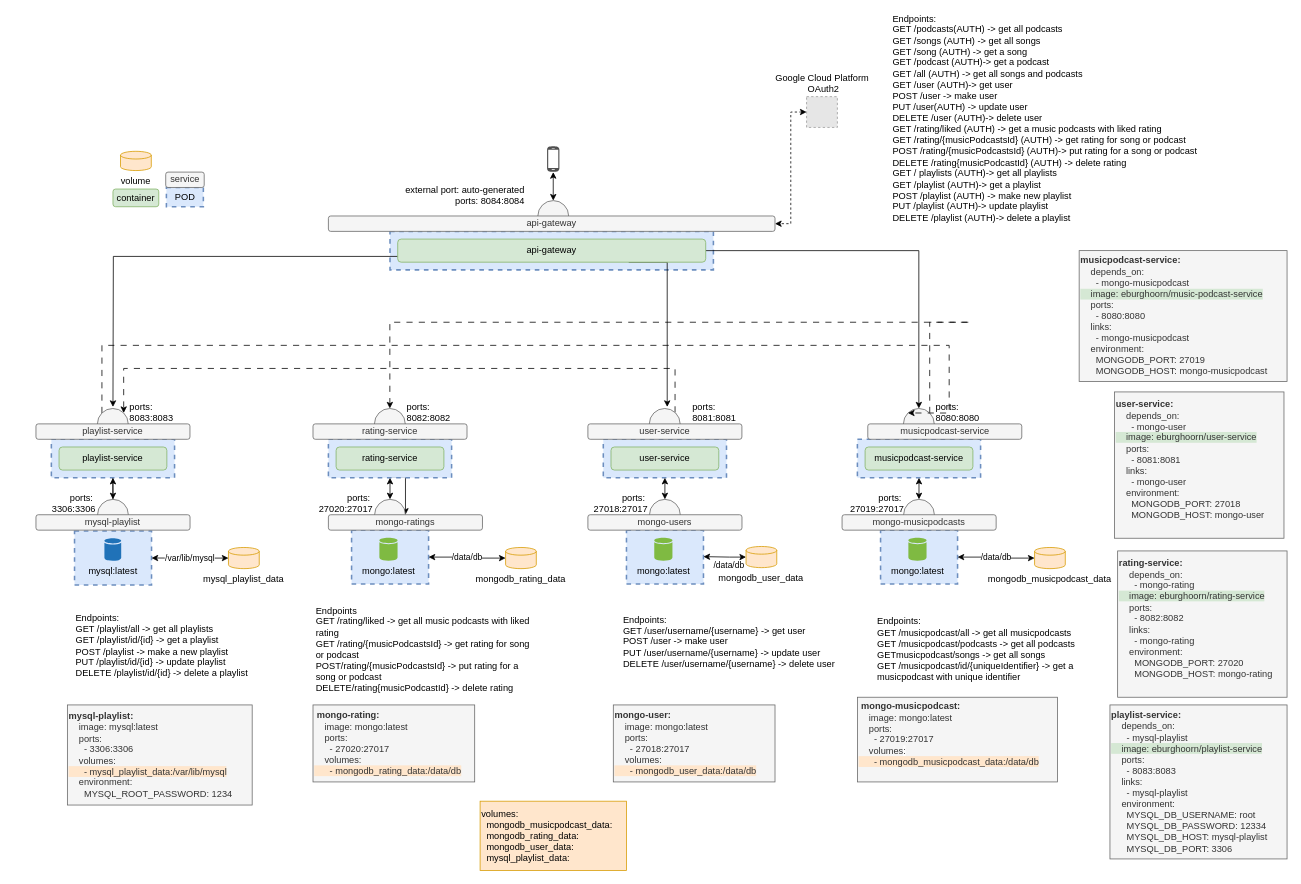
This is muziekservice.drawio from EvaBurghoorn/ProjectEDE_muziekservice, a draw.io file, before an edit. Source tidied: cells renumbered, new cells numbered last; positions are measured from the earlier drawing's top-left corner, leaving out a move shared by most shapes. Both pictures are drawn from the tidied source at 77%, with x=0, y=0 at pixel (13, 29). Pictures stored in the file or linked from it are replaced by grey dashed boxes.
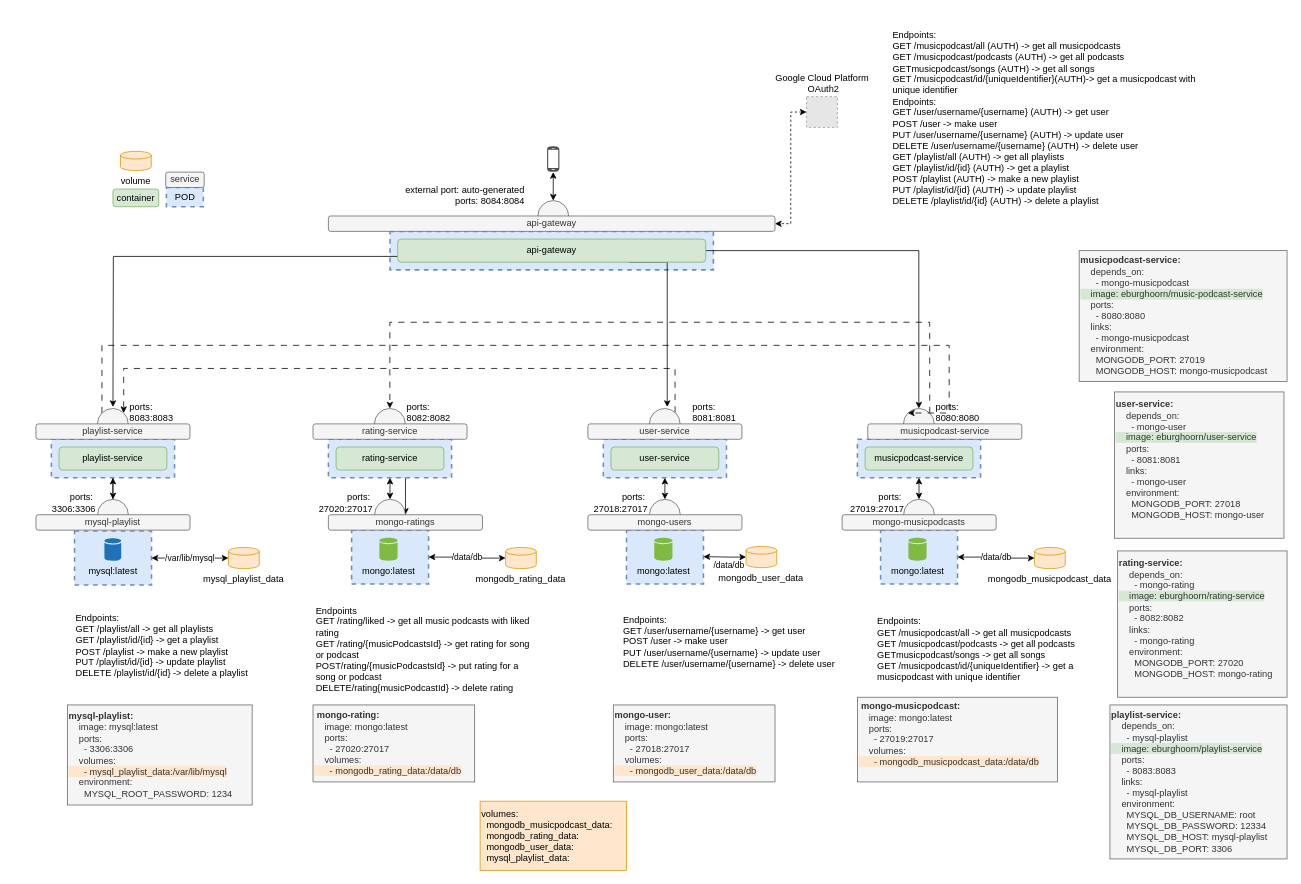
The same page after the edit.

The change refers to these unchanged cells:
```xml
<mxCell id="4" style="ellipse;whiteSpace=wrap;html=1;strokeWidth=1;fillColor=#f5f5f5;strokeColor=#666666;fontColor=#333333;" parent="1" vertex="1">
  <mxGeometry x="1155.8" y="492" width="40" height="40" as="geometry" />
</mxCell>
<mxCell id="29" style="ellipse;whiteSpace=wrap;html=1;strokeWidth=1;fillColor=#f5f5f5;strokeColor=#666666;fontColor=#333333;" parent="1" vertex="1">
  <mxGeometry x="468.8" y="492" width="40" height="40" as="geometry" />
</mxCell>
```

Diff of the diagram source:
```diff
@@
     <mxCell id="3" style="edgeStyle=orthogonalEdgeStyle;rounded=0;jettySize=auto;html=1;exitX=1;exitY=0;exitDx=0;exitDy=0;entryX=0.5;entryY=0;entryDx=0;entryDy=0;dashed=1;dashPattern=8 8;" parent="1" edge="1" source="4" target="29">
       <mxGeometry relative="1" as="geometry">
         <Array as="points">
-          <mxPoint x="1243.2" y="380" />
-          <mxPoint x="519.2" y="380" />
+          <mxPoint x="1190" y="380" />
+          <mxPoint x="489" y="380" />
         </Array>
       </mxGeometry>
     </mxCell>
@@
-    <mxCell id="72" value="Endpoints:&lt;br&gt;GET /podcasts(AUTH) -&amp;gt; get all podcasts&lt;br style=&quot;border-color: var(--border-color);&quot;&gt;GET /songs (AUTH)&amp;nbsp;-&amp;gt; get all songs&lt;br style=&quot;border-color: var(--border-color);&quot;&gt;GET /song (AUTH)&amp;nbsp;-&amp;gt; get a song&lt;br style=&quot;border-color: var(--border-color);&quot;&gt;GET /podcast (AUTH)-&amp;gt; get a podcast&lt;br style=&quot;border-color: var(--border-color);&quot;&gt;GET /all (AUTH)&amp;nbsp;-&amp;gt; get all songs and podcasts&lt;br&gt;GET /user (AUTH)-&amp;gt; get user&lt;br style=&quot;border-color: var(--border-color);&quot;&gt;POST /user -&amp;gt; make user&lt;br style=&quot;border-color: var(--border-color);&quot;&gt;PUT /user(AUTH) -&amp;gt; update user&lt;br style=&quot;border-color: var(--border-color);&quot;&gt;DELETE /user (AUTH)-&amp;gt; delete user&lt;br&gt;GET /rating/liked (AUTH) -&amp;gt; get a music podcasts with liked rating&lt;br style=&quot;border-color: var(--border-color);&quot;&gt;GET /rating/{musicPodcastsId} (AUTH) -&amp;gt; get rating for song or podcast&lt;br style=&quot;border-color: var(--border-color);&quot;&gt;POST /rating/{musicPodcastsId} (AUTH)-&amp;gt; put rating for a song or podcast&lt;br style=&quot;border-color: var(--border-color);&quot;&gt;DELETE /rating{musicPodcastId} (AUTH)&amp;nbsp;-&amp;gt; delete rating&lt;br style=&quot;border-color: var(--border-color);&quot;&gt;GET / playlists (AUTH)-&amp;gt; get all playlists&lt;br style=&quot;border-color: var(--border-color);&quot;&gt;GET /playlist (AUTH)-&amp;gt; get a playlist&lt;br style=&quot;border-color: var(--border-color);&quot;&gt;POST /playlist (AUTH)&amp;nbsp;-&amp;gt; make new playlist&lt;br style=&quot;border-color: var(--border-color);&quot;&gt;PUT /playlist (AUTH)-&amp;gt; update playlist&lt;br style=&quot;border-color: var(--border-color);&quot;&gt;DELETE /playlist (AUTH)-&amp;gt; delete a playlist" style="text;html=1;strokeColor=none;fillColor=none;align=left;verticalAlign=middle;whiteSpace=wrap;rounded=0;" parent="1" vertex="1">
+    <mxCell id="72" value="Endpoints:&lt;br&gt;GET /musicpodcast/all (AUTH) -&amp;gt; get all musicpodcasts&lt;br style=&quot;border-color: var(--border-color);&quot;&gt;GET /musicpodcast/podcasts (AUTH)&amp;nbsp;-&amp;gt; get all podcasts&lt;br style=&quot;border-color: var(--border-color);&quot;&gt;GETmusicpodcast/songs (AUTH) -&amp;gt; get all songs&lt;br style=&quot;border-color: var(--border-color);&quot;&gt;GET /musicpodcast/id/{uniqueIdentifier}(AUTH)-&amp;gt; get a musicpodcast with unique identifier&lt;br&gt;Endpoints:&lt;br style=&quot;border-color: var(--border-color);&quot;&gt;GET /user/username/{username} (AUTH) -&amp;gt; get user&lt;br style=&quot;border-color: var(--border-color);&quot;&gt;POST /user -&amp;gt; make user&lt;br style=&quot;border-color: var(--border-color);&quot;&gt;PUT /user/username&lt;span style=&quot;border-color: var(--border-color); background-color: initial;&quot;&gt;/{username} (AUTH) -&amp;gt; update user&lt;/span&gt;&lt;br style=&quot;border-color: var(--border-color);&quot;&gt;DELETE /user/username&lt;span style=&quot;border-color: var(--border-color); background-color: initial;&quot;&gt;/{username} (AUTH) -&amp;gt; delete user&lt;br style=&quot;border-color: var(--border-color);&quot;&gt;GET /playlist/all (AUTH) -&amp;gt; get all playlists&lt;br style=&quot;border-color: var(--border-color);&quot;&gt;GET /playlist/id/{id} (AUTH) -&amp;gt; get a playlist&lt;br style=&quot;border-color: var(--border-color);&quot;&gt;POST /playlist (AUTH) -&amp;gt; make a new playlist&lt;br style=&quot;border-color: var(--border-color);&quot;&gt;PUT /playlist/id/{id} (AUTH) -&amp;gt; update playlist&lt;br style=&quot;border-color: var(--border-color);&quot;&gt;DELETE /playlist/id/{id} (AUTH) -&amp;gt; delete a playlist&lt;br&gt;&lt;/span&gt;" style="text;html=1;strokeColor=none;fillColor=none;align=left;verticalAlign=middle;whiteSpace=wrap;rounded=0;" parent="1" vertex="1">
       <mxGeometry x="1140" width="430" height="230" as="geometry" />
     </mxCell>
```
